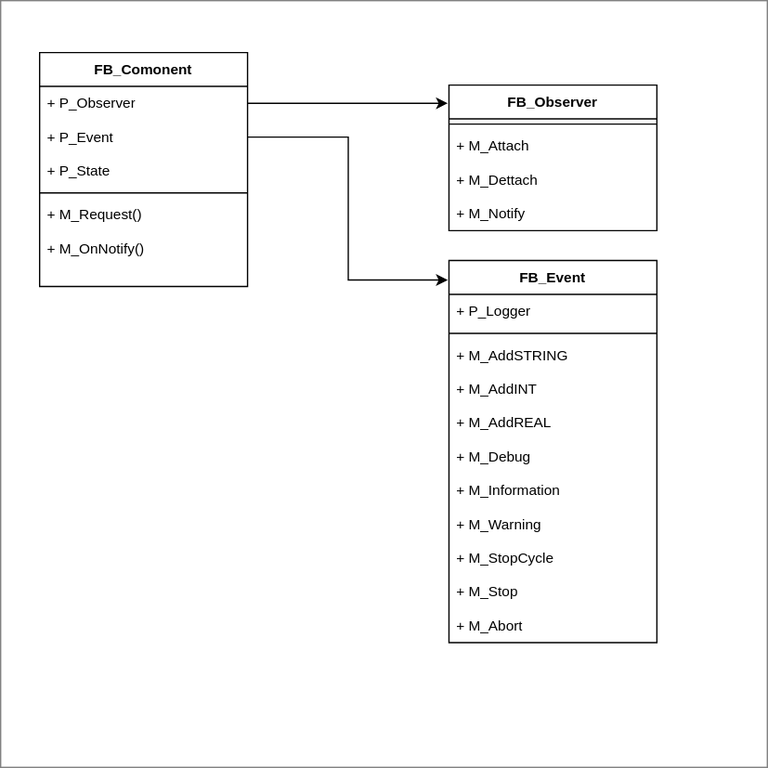
This is docs/Component.drawio.svg from PeterZerlauth/Tc3_Component, a draw.io export, as it was before one commit. Source tidied: cells renumbered, new cells last; positions are measured from the earlier drawing's top-left corner, leaving out a move shared by most shapes.
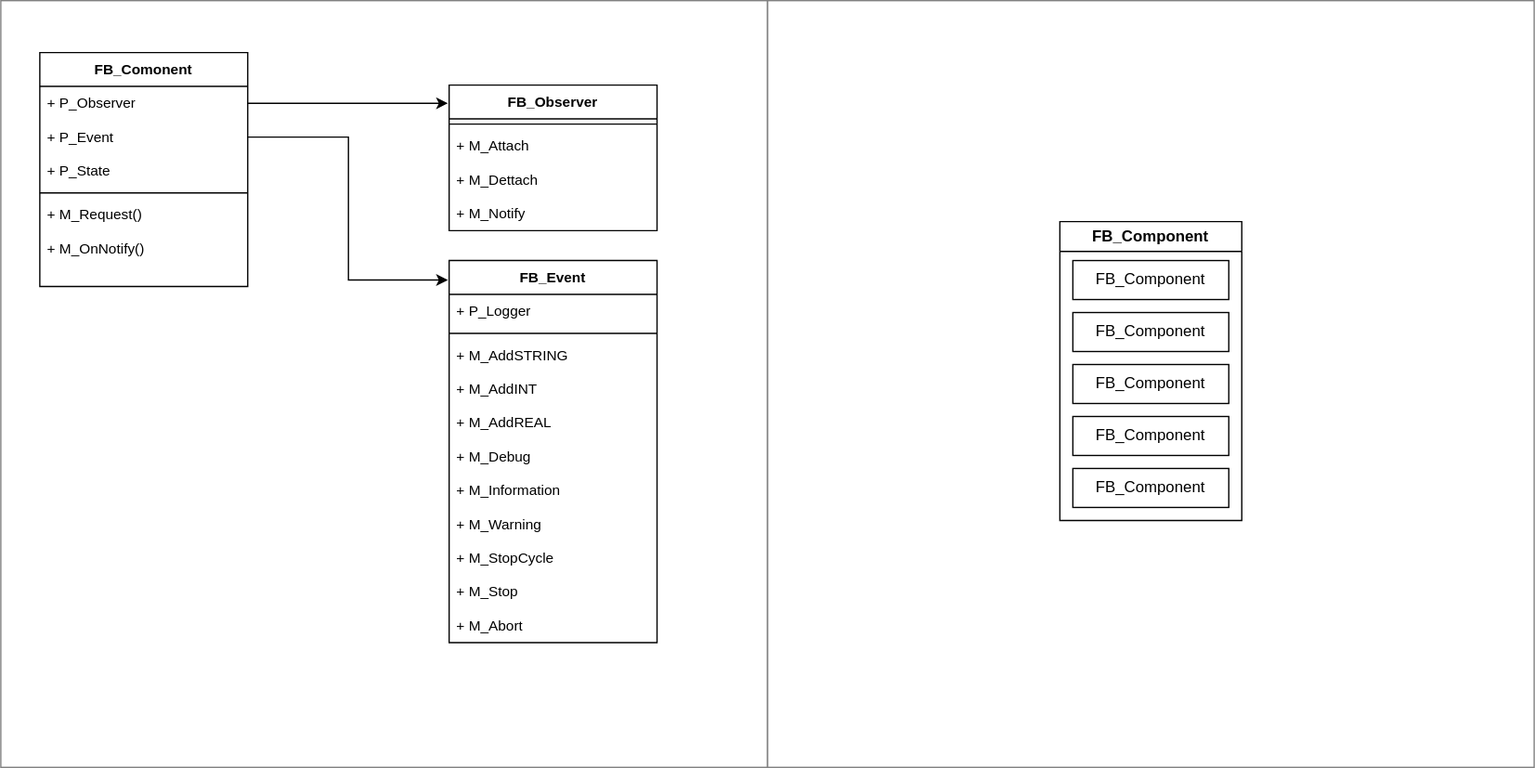
After the change.

What changed in the source:
```diff
@@ -83,5 +83,26 @@
     <mxCell id="28" style="edgeStyle=orthogonalEdgeStyle;rounded=0;jettySize=auto;html=1;entryX=-0.006;entryY=0.051;entryDx=0;entryDy=0;entryPerimeter=0;" parent="1" edge="1" source="10" target="16">
       <mxGeometry relative="1" as="geometry" />
     </mxCell>
+    <mxCell id="29" style="rounded=0;whiteSpace=wrap;html=1;fontFamily=Helvetica;fontSize=11;fontColor=default;labelBackgroundColor=default;fillColor=none;strokeColor=#808080;" parent="1" vertex="1">
+      <mxGeometry x="590" width="590" height="590" as="geometry" />
+    </mxCell>
+    <mxCell id="30" value="FB_Component" style="swimlane;whiteSpace=wrap;html=1;" parent="1" vertex="1">
+      <mxGeometry x="815" y="170" width="140" height="230" as="geometry" />
+    </mxCell>
+    <mxCell id="31" value="FB_Component" style="rounded=0;whiteSpace=wrap;html=1;" parent="30" vertex="1">
+      <mxGeometry x="10" y="30" width="120" height="30" as="geometry" />
+    </mxCell>
+    <mxCell id="32" value="FB_Component" style="rounded=0;whiteSpace=wrap;html=1;" parent="30" vertex="1">
+      <mxGeometry x="10" y="110" width="120" height="30" as="geometry" />
+    </mxCell>
+    <mxCell id="33" value="FB_Component" style="rounded=0;whiteSpace=wrap;html=1;" parent="30" vertex="1">
+      <mxGeometry x="10" y="150" width="120" height="30" as="geometry" />
+    </mxCell>
+    <mxCell id="34" value="FB_Component" style="rounded=0;whiteSpace=wrap;html=1;" parent="30" vertex="1">
+      <mxGeometry x="10" y="70" width="120" height="30" as="geometry" />
+    </mxCell>
+    <mxCell id="35" value="FB_Component" style="rounded=0;whiteSpace=wrap;html=1;" parent="30" vertex="1">
+      <mxGeometry x="10" y="190" width="120" height="30" as="geometry" />
+    </mxCell>
   </root>
 </mxGraphModel>
```
